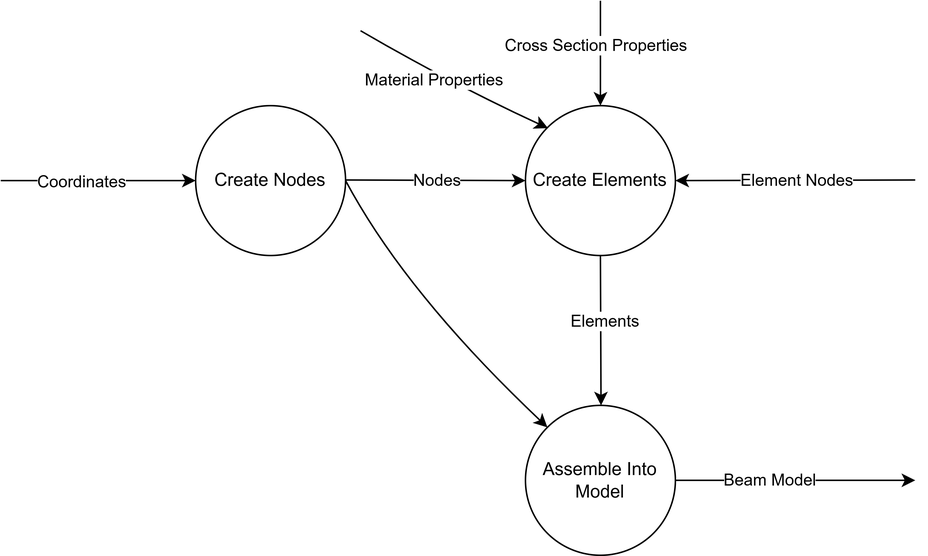
This is Thesis/Images/DFDs/DFDBeamModel.png from NathanielHargan/UAV_Optimization, a draw.io export, as it was before one commit. Source tidied: cells renumbered, new cells last; positions are measured from the earlier drawing's top-left corner, leaving out a move shared by most shapes. Its diagram source:
```xml
<mxGraphModel>
  <root>
    <mxCell id="0" />
    <mxCell id="1" parent="0" />
    <mxCell id="2" value="Create Nodes" style="ellipse;whiteSpace=wrap;html=1;" parent="1" vertex="1">
      <mxGeometry x="130" y="70" width="100" height="100" as="geometry" />
    </mxCell>
    <mxCell id="3" style="curved=1;endArrow=classic;html=1;rounded=0;entryX=0;entryY=0.5;entryDx=0;entryDy=0;" parent="1" edge="1" target="2">
      <mxGeometry relative="1" as="geometry">
        <mxPoint y="120" as="sourcePoint" />
      </mxGeometry>
    </mxCell>
    <mxCell id="4" value="Coordinates" style="edgeLabel;html=1;align=center;verticalAlign=middle;" parent="3" vertex="1">
      <mxGeometry x="-0.18" y="-4" relative="1" as="geometry">
        <mxPoint y="-4" as="offset" />
      </mxGeometry>
    </mxCell>
    <mxCell id="5" value="Create Elements" style="ellipse;whiteSpace=wrap;html=1;" parent="1" vertex="1">
      <mxGeometry x="350" y="70" width="100" height="100" as="geometry" />
    </mxCell>
    <mxCell id="6" style="endArrow=classic;html=1;rounded=0;entryX=0;entryY=0.5;entryDx=0;entryDy=0;" parent="1" edge="1" target="5">
      <mxGeometry relative="1" as="geometry">
        <mxPoint x="230" y="119.6" as="sourcePoint" />
      </mxGeometry>
    </mxCell>
    <mxCell id="7" value="Nodes" style="edgeLabel;html=1;align=center;verticalAlign=middle;" parent="6" vertex="1">
      <mxGeometry relative="1" as="geometry">
        <mxPoint x="1" as="offset" />
      </mxGeometry>
    </mxCell>
    <mxCell id="8" style="endArrow=classic;html=1;rounded=0;entryX=1;entryY=0.5;entryDx=0;entryDy=0;" parent="1" edge="1" target="5">
      <mxGeometry relative="1" as="geometry">
        <mxPoint x="610" y="119.6" as="sourcePoint" />
      </mxGeometry>
    </mxCell>
    <mxCell id="9" value="Element Nodes" style="edgeLabel;html=1;align=center;verticalAlign=middle;" parent="8" vertex="1">
      <mxGeometry relative="1" as="geometry" />
    </mxCell>
    <mxCell id="10" style="curved=1;endArrow=classic;html=1;rounded=0;entryX=0;entryY=0;entryDx=0;entryDy=0;" parent="1" edge="1">
      <mxGeometry relative="1" as="geometry">
        <mxPoint x="240" y="20" as="sourcePoint" />
        <mxPoint x="365" y="85" as="targetPoint" />
        <Array as="points">
          <mxPoint x="300" y="55" />
        </Array>
      </mxGeometry>
    </mxCell>
    <mxCell id="11" value="Material Properties" style="edgeLabel;html=1;align=center;verticalAlign=middle;" parent="10" vertex="1">
      <mxGeometry x="-0.18" y="-4" relative="1" as="geometry" />
    </mxCell>
    <mxCell id="12" style="endArrow=classic;html=1;rounded=0;entryX=0.5;entryY=0;entryDx=0;entryDy=0;" parent="1" edge="1">
      <mxGeometry relative="1" as="geometry">
        <mxPoint x="400" y="170" as="sourcePoint" />
        <mxPoint x="400.4" y="270" as="targetPoint" />
      </mxGeometry>
    </mxCell>
    <mxCell id="13" value="Elements" style="edgeLabel;html=1;align=center;verticalAlign=middle;" parent="12" vertex="1">
      <mxGeometry x="-0.13" y="2" relative="1" as="geometry" />
    </mxCell>
    <mxCell id="14" value="Assemble Into Model" style="ellipse;whiteSpace=wrap;html=1;" parent="1" vertex="1">
      <mxGeometry x="350" y="270" width="100" height="100" as="geometry" />
    </mxCell>
    <mxCell id="15" style="curved=1;endArrow=classic;html=1;rounded=0;entryX=0;entryY=0;entryDx=0;entryDy=0;" parent="1" edge="1" target="14">
      <mxGeometry relative="1" as="geometry">
        <mxPoint x="230" y="120" as="sourcePoint" />
        <Array as="points">
          <mxPoint x="270" y="195" />
        </Array>
      </mxGeometry>
    </mxCell>
    <mxCell id="16" style="curved=1;endArrow=classic;html=1;rounded=0;exitX=1;exitY=0.5;exitDx=0;exitDy=0;" parent="1" edge="1" source="14">
      <mxGeometry relative="1" as="geometry">
        <mxPoint x="610" y="320" as="targetPoint" />
      </mxGeometry>
    </mxCell>
    <mxCell id="17" value="Beam Model" style="edgeLabel;html=1;align=center;verticalAlign=middle;" parent="16" vertex="1">
      <mxGeometry x="-0.23" y="1" relative="1" as="geometry" />
    </mxCell>
    <mxCell id="18" style="curved=1;endArrow=classic;html=1;rounded=0;entryX=0;entryY=0;entryDx=0;entryDy=0;" parent="1" edge="1">
      <mxGeometry relative="1" as="geometry">
        <mxPoint x="400" as="sourcePoint" />
        <mxPoint x="400" y="70" as="targetPoint" />
      </mxGeometry>
    </mxCell>
    <mxCell id="19" value="Cross Section Properties" style="edgeLabel;html=1;align=center;verticalAlign=middle;" parent="18" vertex="1">
      <mxGeometry x="-0.18" y="-4" relative="1" as="geometry" />
    </mxCell>
  </root>
</mxGraphModel>
```
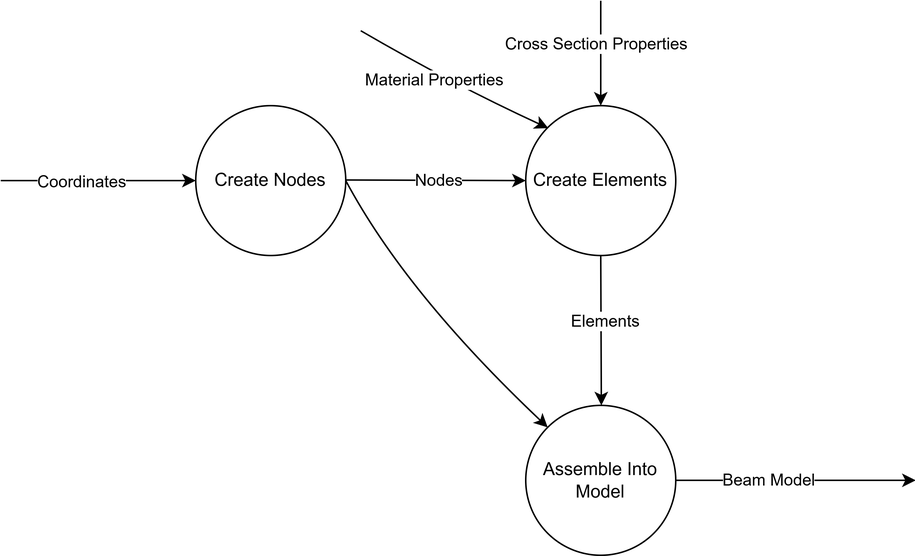
Later version of the same file.

Diff of the diagram source:
```diff
@@ -28,14 +28,6 @@
         <mxPoint x="1" as="offset" />
       </mxGeometry>
     </mxCell>
-    <mxCell id="8" style="endArrow=classic;html=1;rounded=0;entryX=1;entryY=0.5;entryDx=0;entryDy=0;" parent="1" edge="1" target="5">
-      <mxGeometry relative="1" as="geometry">
-        <mxPoint x="610" y="119.6" as="sourcePoint" />
-      </mxGeometry>
-    </mxCell>
-    <mxCell id="9" value="Element Nodes" style="edgeLabel;html=1;align=center;verticalAlign=middle;" parent="8" vertex="1">
-      <mxGeometry relative="1" as="geometry" />
-    </mxCell>
     <mxCell id="10" style="curved=1;endArrow=classic;html=1;rounded=0;entryX=0;entryY=0;entryDx=0;entryDy=0;" parent="1" edge="1">
       <mxGeometry relative="1" as="geometry">
         <mxPoint x="240" y="20" as="sourcePoint" />
```
